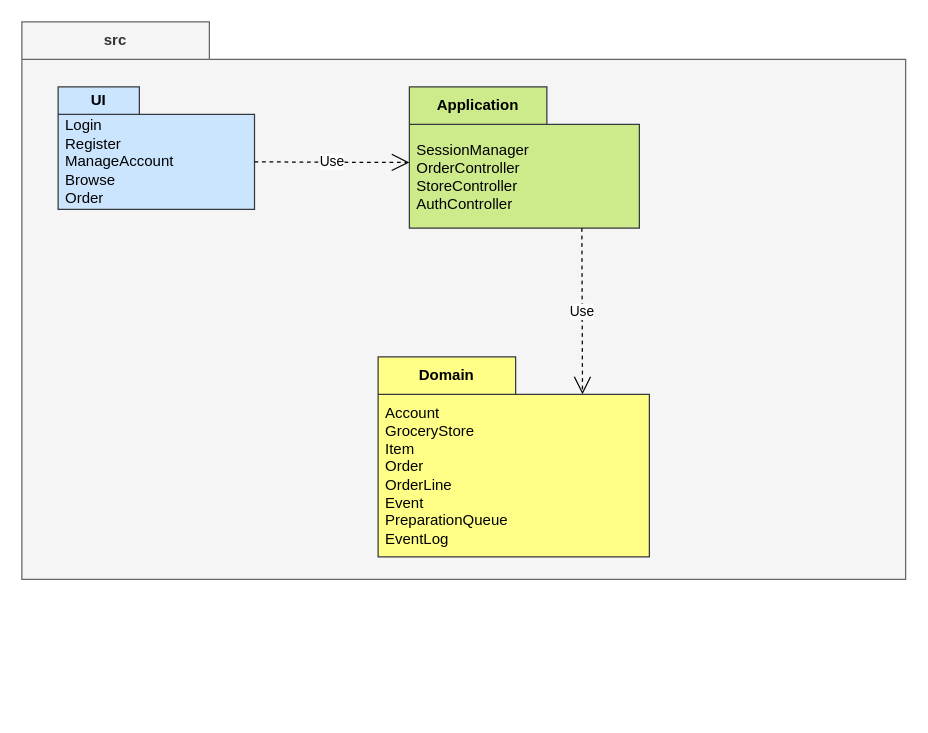
This is Documentation/Phase 2/ShopEasy_Package-Diagram.drawio from blondedzero/Init-to-Win-It_SOEN-343-HI_MTL-Eats-Project_F26, a draw.io file, before an edit. Source tidied: cells renumbered, new cells numbered last; positions are measured from the earlier drawing's top-left corner, leaving out a move shared by most shapes. Both pictures are drawn from the tidied source at 125%, with x=0, y=0 at pixel (21, 21).
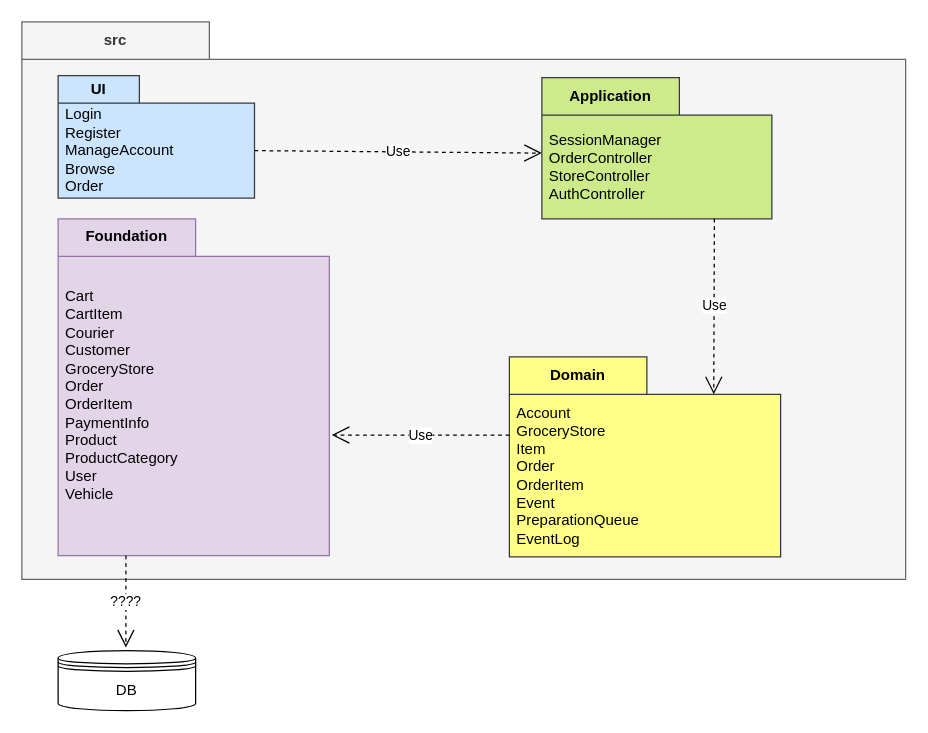
After the change.

Commit message (it also covers changes not shown here):
Package Diagram Changes

What changed in the source:
```diff
@@
 <mxGraphModel>
   <root>
     <mxCell id="0" />
     <mxCell id="1" parent="0" />
     <mxCell id="2" value="src" style="shape=folder;fontStyle=1;tabWidth=150;tabHeight=30;tabPosition=left;html=1;boundedLbl=1;labelInHeader=1;whiteSpace=wrap;fillColor=#f5f5f5;strokeColor=#666666;fontColor=#333333;" parent="1" vertex="1">
       <mxGeometry width="707" height="446" as="geometry" />
     </mxCell>
     <mxCell id="3" value="UI" style="shape=folder;fontStyle=1;tabWidth=65;tabHeight=22;tabPosition=left;html=1;boundedLbl=1;labelInHeader=1;whiteSpace=wrap;fillColor=#cce5ff;strokeColor=#36393d;" parent="2" vertex="1">
-      <mxGeometry x="29" y="52" width="157.1" height="98" as="geometry" />
+      <mxGeometry x="29" y="43" width="157.1" height="98" as="geometry" />
     </mxCell>
     <mxCell id="4" value="&lt;div&gt;&lt;span style=&quot;background-color: transparent; color: light-dark(rgb(0, 0, 0), rgb(255, 255, 255));&quot;&gt;Login&lt;/span&gt;&lt;/div&gt;&lt;div&gt;Register&lt;/div&gt;&lt;div&gt;ManageAccount&lt;/div&gt;&lt;div&gt;Browse&lt;/div&gt;&lt;div&gt;Order&lt;/div&gt;&lt;div&gt;&lt;br&gt;&lt;/div&gt;" style="html=1;strokeColor=none;fillColor=none;whiteSpace=wrap;align=left;labelPosition=center;verticalLabelPosition=middle;verticalAlign=middle;" parent="3" vertex="1">
       <mxGeometry width="154.95" height="65.82" relative="1" as="geometry">
         <mxPoint x="4" y="34" as="offset" />
       </mxGeometry>
     </mxCell>
     <mxCell id="5" value="Domain" style="shape=folder;fontStyle=1;tabWidth=110;tabHeight=30;tabPosition=left;html=1;boundedLbl=1;labelInHeader=1;whiteSpace=wrap;fillColor=#ffff88;strokeColor=#36393d;" parent="2" vertex="1">
-      <mxGeometry x="285" y="268" width="217" height="160" as="geometry" />
+      <mxGeometry x="390" y="268" width="217" height="160" as="geometry" />
     </mxCell>
-    <mxCell id="6" value="&lt;div&gt;&lt;br&gt;&lt;/div&gt;&lt;div&gt;&lt;br&gt;&lt;/div&gt;Account&lt;div&gt;GroceryStore&lt;div&gt;Item&lt;/div&gt;&lt;div&gt;Order&lt;/div&gt;&lt;div&gt;OrderLine&lt;/div&gt;&lt;div&gt;Event&lt;/div&gt;&lt;div&gt;PreparationQueue&lt;/div&gt;&lt;div&gt;EventLog&lt;/div&gt;&lt;div&gt;&lt;br&gt;&lt;/div&gt;&lt;/div&gt;" style="html=1;strokeColor=none;fillColor=none;whiteSpace=wrap;align=left;labelPosition=center;verticalLabelPosition=middle;verticalAlign=middle;" parent="5" vertex="1">
+    <mxCell id="6" value="&lt;div&gt;&lt;br&gt;&lt;/div&gt;&lt;div&gt;&lt;br&gt;&lt;/div&gt;Account&lt;div&gt;GroceryStore&lt;div&gt;Item&lt;/div&gt;&lt;div&gt;Order&lt;/div&gt;&lt;div&gt;OrderItem&lt;/div&gt;&lt;div&gt;Event&lt;/div&gt;&lt;div&gt;PreparationQueue&lt;/div&gt;&lt;div&gt;EventLog&lt;/div&gt;&lt;div&gt;&lt;br&gt;&lt;/div&gt;&lt;/div&gt;" style="html=1;strokeColor=none;fillColor=none;whiteSpace=wrap;align=left;labelPosition=center;verticalLabelPosition=middle;verticalAlign=middle;" parent="5" vertex="1">
       <mxGeometry width="214.02" height="107.8" relative="1" as="geometry">
         <mxPoint x="4" y="34" as="offset" />
       </mxGeometry>
     </mxCell>
     <mxCell id="7" value="Application" style="shape=folder;fontStyle=1;tabWidth=110;tabHeight=30;tabPosition=left;html=1;boundedLbl=1;labelInHeader=1;whiteSpace=wrap;fillColor=#cdeb8b;strokeColor=#36393d;" parent="2" vertex="1">
-      <mxGeometry x="310" y="52" width="184" height="113" as="geometry" />
+      <mxGeometry x="416" y="44.5" width="184" height="113" as="geometry" />
     </mxCell>
     <mxCell id="8" value="SessionManager&lt;div&gt;OrderController&lt;/div&gt;&lt;div&gt;StoreController&lt;/div&gt;&lt;div&gt;AuthController&lt;/div&gt;" style="html=1;strokeColor=none;fillColor=none;whiteSpace=wrap;align=left;labelPosition=center;verticalLabelPosition=middle;verticalAlign=middle;" parent="7" vertex="1">
       <mxGeometry width="181.47" height="75.89" relative="1" as="geometry">
         <mxPoint x="4" y="34" as="offset" />
       </mxGeometry>
     </mxCell>
     <mxCell id="9" value="Use" style="endArrow=open;endSize=12;dashed=1;html=1;rounded=0;entryX=0;entryY=0;entryDx=0;entryDy=60.5;entryPerimeter=0;exitX=0;exitY=0;exitDx=157.11;exitDy=60;exitPerimeter=0;" parent="2" edge="1" source="3" target="7">
       <mxGeometry relative="1" as="geometry" />
     </mxCell>
     <mxCell id="10" value="Use" style="endArrow=open;endSize=12;dashed=1;html=1;rounded=0;exitX=0.75;exitY=1;exitDx=0;exitDy=0;exitPerimeter=0;entryX=0;entryY=0;entryDx=163.5;entryDy=30;entryPerimeter=0;" parent="2" edge="1" source="7" target="5">
       <mxGeometry relative="1" as="geometry" />
     </mxCell>
+    <mxCell id="11" value="Foundation" style="shape=folder;fontStyle=1;tabWidth=110;tabHeight=30;tabPosition=left;html=1;boundedLbl=1;labelInHeader=1;whiteSpace=wrap;fillColor=#e1d5e7;strokeColor=#9673a6;" parent="2" vertex="1">
+      <mxGeometry x="29" y="157.5" width="217" height="269.5" as="geometry" />
+    </mxCell>
+    <mxCell id="12" value="&lt;div&gt;Cart&lt;/div&gt;&lt;div&gt;CartItem&lt;/div&gt;&lt;div&gt;Courier&lt;/div&gt;&lt;div&gt;Customer&lt;/div&gt;&lt;div&gt;GroceryStore&lt;/div&gt;&lt;div&gt;Order&lt;/div&gt;&lt;div&gt;OrderItem&lt;/div&gt;&lt;div&gt;PaymentInfo&lt;/div&gt;&lt;div&gt;Product&lt;/div&gt;&lt;div&gt;ProductCategory&lt;/div&gt;&lt;div&gt;User&lt;/div&gt;&lt;div&gt;Vehicle&lt;/div&gt;&lt;div&gt;&lt;br&gt;&lt;/div&gt;" style="html=1;strokeColor=none;fillColor=none;whiteSpace=wrap;align=left;labelPosition=center;verticalLabelPosition=middle;verticalAlign=middle;" parent="11" vertex="1">
+      <mxGeometry width="214.02" height="229.26" relative="1" as="geometry">
+        <mxPoint x="4" y="34" as="offset" />
+      </mxGeometry>
+    </mxCell>
+    <mxCell id="13" value="Use" style="endArrow=open;endSize=12;dashed=1;html=1;rounded=0;entryX=1.009;entryY=0.642;entryDx=0;entryDy=0;entryPerimeter=0;exitX=0;exitY=0;exitDx=0;exitDy=62.5;exitPerimeter=0;" parent="2" edge="1" source="5" target="11">
+      <mxGeometry relative="1" as="geometry" />
+    </mxCell>
+    <mxCell id="14" value="DB" style="shape=datastore;whiteSpace=wrap;html=1;" parent="1" vertex="1">
+      <mxGeometry x="29" y="503" width="110" height="48" as="geometry" />
+    </mxCell>
+    <mxCell id="15" value="????" style="endArrow=open;endSize=12;dashed=1;html=1;rounded=0;exitX=0.25;exitY=1;exitDx=0;exitDy=0;exitPerimeter=0;" parent="1" edge="1" source="11">
+      <mxGeometry relative="1" as="geometry">
+        <mxPoint x="83.2" y="500.5" as="targetPoint" />
+      </mxGeometry>
+    </mxCell>
   </root>
 </mxGraphModel>
```
